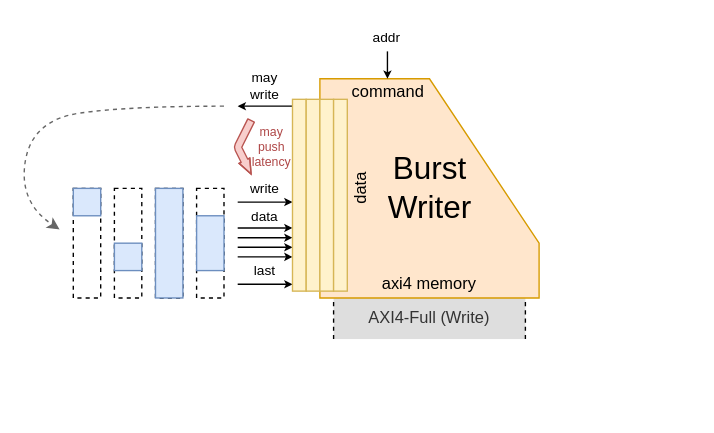
pc2/sus-xrt keeps this draw.io diagram as img/burst_writer.drawio. Above is the earlier version. Source tidied: cells renumbered, new cells numbered last; positions are measured from the earlier drawing's top-left corner, leaving out a move shared by most shapes. Both pictures are drawn from the tidied source at 137%, with x=0, y=0 at pixel (18, 23).
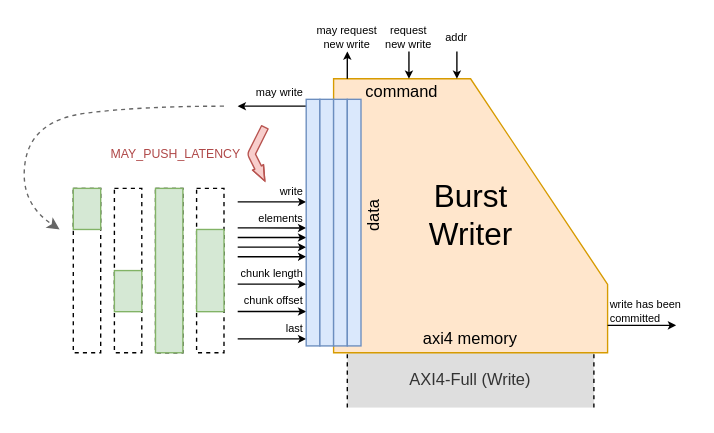
The same page after the edit.

Commit message (it also covers changes not shown here):
More cleanup for the figures and interface names

The edit, as a diff of the source:
```diff
@@
     <mxCell id="2" value="AXI4-Full (Write)" style="rounded=0;whiteSpace=wrap;html=1;strokeColor=none;fillColor=#DEDEDE;fontColor=#333333;flipH=1;legacyAnchorPoints=0;" parent="1" vertex="1">
-      <mxGeometry x="230" y="200" width="140" height="30" as="geometry" />
+      <mxGeometry x="240" y="240" width="180" height="40" as="geometry" />
     </mxCell>
@@
     <mxCell id="5" value="Burst&lt;br&gt;Writer" style="verticalLabelPosition=middle;verticalAlign=middle;html=1;shape=mxgraph.basic.polygon;polyCoords=[[0,0.75],[0.5,0],[1,0],[1,1],[0,1]];polyline=0;fillColor=#ffe6cc;strokeColor=#d79b00;align=center;labelPosition=center;fontSize=23;flipH=1;legacyAnchorPoints=0;" parent="1" vertex="1">
-      <mxGeometry x="220" y="40" width="160" height="160" as="geometry" />
+      <mxGeometry x="230" y="40" width="200" height="200" as="geometry" />
     </mxCell>
     <mxCell id="6" style="endArrow=classic;html=1;rounded=0;startSize=6;endSize=3;" parent="1" edge="1">
       <mxGeometry relative="1" as="geometry">
-        <mxPoint x="269.3" y="20" as="sourcePoint" />
-        <mxPoint x="269.3" y="40" as="targetPoint" />
+        <mxPoint x="285" y="20" as="sourcePoint" />
+        <mxPoint x="285" y="40" as="targetPoint" />
       </mxGeometry>
     </mxCell>
-    <mxCell id="7" value="addr" style="text;html=1;whiteSpace=wrap;strokeColor=none;fillColor=none;align=center;verticalAlign=middle;rounded=0;fontSize=10;flipH=1;legacyAnchorPoints=0;" parent="1" vertex="1">
-      <mxGeometry x="249" width="40" height="20" as="geometry" />
+    <mxCell id="7" value="request new write" style="text;html=1;whiteSpace=wrap;strokeColor=none;fillColor=none;align=center;verticalAlign=middle;rounded=0;fontSize=8;flipH=1;legacyAnchorPoints=0;" parent="1" vertex="1">
+      <mxGeometry x="265" width="40" height="20" as="geometry" />
     </mxCell>
     <mxCell id="8" value="axi4 memory" style="text;html=1;whiteSpace=wrap;strokeColor=none;fillColor=none;align=center;verticalAlign=middle;rounded=0;flipH=1;legacyAnchorPoints=0;" parent="1" vertex="1">
-      <mxGeometry x="230" y="180" width="140" height="20" as="geometry" />
+      <mxGeometry x="260" y="220" width="140" height="20" as="geometry" />
     </mxCell>
     <mxCell id="9" value="command" style="text;html=1;whiteSpace=wrap;strokeColor=none;fillColor=none;align=center;verticalAlign=middle;rounded=0;flipH=1;legacyAnchorPoints=0;" parent="1" vertex="1">
-      <mxGeometry x="240" y="40" width="60" height="20" as="geometry" />
+      <mxGeometry x="250" y="40" width="60" height="20" as="geometry" />
     </mxCell>
     <mxCell id="10" value="data" style="text;html=1;whiteSpace=wrap;strokeColor=none;fillColor=none;align=center;verticalAlign=middle;rounded=0;rotation=-90;flipH=1;legacyAnchorPoints=0;" parent="1" vertex="1">
-      <mxGeometry x="210" y="110" width="80" height="20" as="geometry" />
+      <mxGeometry x="220" y="130" width="80" height="20" as="geometry" />
     </mxCell>
     <mxCell id="11" style="endArrow=classic;html=1;rounded=0;startSize=6;endSize=3;exitX=1;exitY=1;exitDx=0;exitDy=0;" parent="1" edge="1">
       <mxGeometry relative="1" as="geometry">
-        <mxPoint x="200" y="60" as="sourcePoint" />
+        <mxPoint x="210" y="60" as="sourcePoint" />
         <mxPoint x="160" y="60" as="targetPoint" />
       </mxGeometry>
     </mxCell>
-    <mxCell id="12" value="may&lt;div&gt;write&lt;/div&gt;" style="text;html=1;whiteSpace=wrap;strokeColor=none;fillColor=none;align=center;verticalAlign=middle;rounded=0;fontSize=10;" parent="1" vertex="1">
-      <mxGeometry x="160" y="35" width="40" height="20" as="geometry" />
+    <mxCell id="12" value="may&amp;nbsp;&lt;span style=&quot;background-color: transparent; color: light-dark(rgb(0, 0, 0), rgb(255, 255, 255));&quot;&gt;write&lt;/span&gt;" style="text;html=1;whiteSpace=wrap;strokeColor=none;fillColor=none;align=right;verticalAlign=middle;rounded=0;fontSize=8;" parent="1" vertex="1">
+      <mxGeometry x="170" y="40" width="40" height="20" as="geometry" />
     </mxCell>
-    <mxCell id="13" style="endArrow=classic;html=1;rounded=0;startSize=6;endSize=3;entryX=1;entryY=1;entryDx=0;entryDy=0;" parent="1" edge="1" target="14">
-      <mxGeometry relative="1" as="geometry">
-        <mxPoint x="160" y="190" as="sourcePoint" />
-      </mxGeometry>
-    </mxCell>
-    <mxCell id="14" value="last" style="text;html=1;whiteSpace=wrap;strokeColor=none;fillColor=none;align=center;verticalAlign=middle;rounded=0;fontSize=10;" parent="1" vertex="1">
-      <mxGeometry x="160" y="170" width="40" height="20" as="geometry" />
-    </mxCell>
-    <mxCell id="15" style="endArrow=classic;html=1;rounded=0;startSize=6;endSize=3;entryX=1;entryY=1;entryDx=0;entryDy=0;" parent="1" edge="1">
-      <mxGeometry relative="1" as="geometry">
-        <mxPoint x="160" y="148.9" as="sourcePoint" />
-        <mxPoint x="200" y="148.9" as="targetPoint" />
-      </mxGeometry>
-    </mxCell>
-    <mxCell id="16" style="endArrow=classic;html=1;rounded=0;startSize=6;endSize=3;entryX=1;entryY=1;entryDx=0;entryDy=0;" parent="1" edge="1">
-      <mxGeometry relative="1" as="geometry">
-        <mxPoint x="160" y="156" as="sourcePoint" />
-        <mxPoint x="200" y="156" as="targetPoint" />
-      </mxGeometry>
-    </mxCell>
-    <mxCell id="17" style="endArrow=classic;html=1;rounded=0;startSize=6;endSize=3;entryX=1;entryY=1;entryDx=0;entryDy=0;" parent="1" edge="1">
-      <mxGeometry relative="1" as="geometry">
-        <mxPoint x="160" y="163" as="sourcePoint" />
-        <mxPoint x="200" y="163" as="targetPoint" />
-      </mxGeometry>
-    </mxCell>
-    <mxCell id="18" style="endArrow=classic;html=1;rounded=0;startSize=6;endSize=3;entryX=1;entryY=1;entryDx=0;entryDy=0;" parent="1" edge="1">
-      <mxGeometry relative="1" as="geometry">
-        <mxPoint x="160" y="170" as="sourcePoint" />
-        <mxPoint x="200" y="170" as="targetPoint" />
-      </mxGeometry>
-    </mxCell>
-    <mxCell id="19" value="data" style="text;html=1;whiteSpace=wrap;strokeColor=none;fillColor=none;align=center;verticalAlign=middle;rounded=0;fontSize=10;" parent="1" vertex="1">
-      <mxGeometry x="160" y="130" width="40" height="20" as="geometry" />
-    </mxCell>
-    <mxCell id="20" style="endArrow=classic;html=1;rounded=0;startSize=6;endSize=3;entryX=1;entryY=1;entryDx=0;entryDy=0;" parent="1" edge="1" target="21">
-      <mxGeometry relative="1" as="geometry">
-        <mxPoint x="160" y="130" as="sourcePoint" />
-      </mxGeometry>
-    </mxCell>
-    <mxCell id="21" value="write" style="text;html=1;whiteSpace=wrap;strokeColor=none;fillColor=none;align=center;verticalAlign=middle;rounded=0;fontSize=10;" parent="1" vertex="1">
-      <mxGeometry x="160" y="110" width="40" height="20" as="geometry" />
-    </mxCell>
     <mxCell id="22" style="shape=flexArrow;endArrow=classic;html=1;rounded=1;entryX=0.5;entryY=0;entryDx=0;entryDy=0;width=5.333333333333333;endSize=3.3083333333333336;endWidth=2.4444444444444446;fillColor=#f8cecc;strokeColor=#b85450;flowAnimation=0;shadow=0;" parent="1" edge="1">
       <mxGeometry relative="1" as="geometry">
-        <mxPoint x="170" y="70" as="sourcePoint" />
-        <mxPoint x="170" y="110" as="targetPoint" />
+        <mxPoint x="180" y="75" as="sourcePoint" />
+        <mxPoint x="180" y="115" as="targetPoint" />
         <Array as="points">
-          <mxPoint x="160" y="90" />
+          <mxPoint x="170" y="95" />
         </Array>
       </mxGeometry>
     </mxCell>
-    <mxCell id="23" value="may&lt;div&gt;push&lt;/div&gt;&lt;div&gt;latency&lt;/div&gt;" style="text;html=1;whiteSpace=wrap;strokeColor=none;fillColor=none;align=center;verticalAlign=middle;rounded=0;fontSize=9;fontColor=#AF4747;" parent="1" vertex="1">
-      <mxGeometry x="170" y="70" width="30" height="40" as="geometry" />
+    <mxCell id="23" value="MAY_PUSH_LATENCY" style="text;html=1;whiteSpace=wrap;strokeColor=none;fillColor=none;align=center;verticalAlign=middle;rounded=0;fontSize=9;fontColor=#AF4747;" parent="1" vertex="1">
+      <mxGeometry x="70" y="85" width="90" height="20" as="geometry" />
     </mxCell>
     <mxCell id="24" style="rounded=0;whiteSpace=wrap;html=1;dashed=1;" parent="1" vertex="1">
-      <mxGeometry x="40" y="120" width="20" height="80" as="geometry" />
+      <mxGeometry x="40" y="120" width="20" height="120" as="geometry" />
     </mxCell>
-    <mxCell id="25" style="rounded=0;whiteSpace=wrap;html=1;fillColor=#dae8fc;strokeColor=#6c8ebf;" parent="1" vertex="1">
-      <mxGeometry x="40" y="120" width="20" height="20" as="geometry" />
+    <mxCell id="25" style="rounded=0;whiteSpace=wrap;html=1;fillColor=#d5e8d4;strokeColor=#82b366;" parent="1" vertex="1">
+      <mxGeometry x="40" y="120" width="20" height="30" as="geometry" />
     </mxCell>
     <mxCell id="26" style="rounded=0;whiteSpace=wrap;html=1;dashed=1;" parent="1" vertex="1">
-      <mxGeometry x="70" y="120" width="20" height="80" as="geometry" />
+      <mxGeometry x="70" y="120" width="20" height="120" as="geometry" />
     </mxCell>
-    <mxCell id="27" style="rounded=0;whiteSpace=wrap;html=1;fillColor=#dae8fc;strokeColor=#6c8ebf;" parent="1" vertex="1">
-      <mxGeometry x="70" y="160" width="20" height="20" as="geometry" />
+    <mxCell id="27" style="rounded=0;whiteSpace=wrap;html=1;fillColor=#d5e8d4;strokeColor=#82b366;" parent="1" vertex="1">
+      <mxGeometry x="70" y="180" width="20" height="30" as="geometry" />
     </mxCell>
     <mxCell id="28" style="rounded=0;whiteSpace=wrap;html=1;dashed=1;" parent="1" vertex="1">
-      <mxGeometry x="100" y="120" width="20" height="80" as="geometry" />
+      <mxGeometry x="100" y="120" width="20" height="120" as="geometry" />
     </mxCell>
-    <mxCell id="29" style="rounded=0;whiteSpace=wrap;html=1;fillColor=#dae8fc;strokeColor=#6c8ebf;" parent="1" vertex="1">
-      <mxGeometry x="100" y="120" width="20" height="80" as="geometry" />
+    <mxCell id="29" style="rounded=0;whiteSpace=wrap;html=1;fillColor=#d5e8d4;strokeColor=#82b366;" parent="1" vertex="1">
+      <mxGeometry x="100" y="120" width="20" height="120" as="geometry" />
     </mxCell>
     <mxCell id="30" style="rounded=0;whiteSpace=wrap;html=1;dashed=1;" parent="1" vertex="1">
-      <mxGeometry x="130" y="120" width="20" height="80" as="geometry" />
+      <mxGeometry x="130" y="120" width="20" height="120" as="geometry" />
     </mxCell>
-    <mxCell id="31" style="rounded=0;whiteSpace=wrap;html=1;fillColor=#dae8fc;strokeColor=#6c8ebf;" parent="1" vertex="1">
-      <mxGeometry x="130" y="140" width="20" height="40" as="geometry" />
+    <mxCell id="31" style="rounded=0;whiteSpace=wrap;html=1;fillColor=#d5e8d4;strokeColor=#82b366;" parent="1" vertex="1">
+      <mxGeometry x="130" y="150" width="20" height="60" as="geometry" />
     </mxCell>
+    <mxCell id="36" style="endArrow=classic;html=1;rounded=0;curved=1;dashed=1;fillColor=#f5f5f5;strokeColor=#666666;" parent="1" edge="1">
+      <mxGeometry relative="1" as="geometry">
+        <mxPoint x="150" y="60" as="sourcePoint" />
+        <mxPoint x="30" y="150" as="targetPoint" />
+        <Array as="points">
+          <mxPoint x="90" y="60" />
+          <mxPoint x="10" y="70" />
+          <mxPoint y="130" />
+        </Array>
+      </mxGeometry>
+    </mxCell>
+    <mxCell id="14" value="last" style="text;html=1;whiteSpace=wrap;strokeColor=none;fillColor=none;align=right;verticalAlign=bottom;rounded=0;fontSize=8;" parent="1" vertex="1">
+      <mxGeometry x="160" y="209.9" width="50" height="20" as="geometry" />
+    </mxCell>
+    <mxCell id="37" value="elements" style="text;html=1;whiteSpace=wrap;strokeColor=none;fillColor=none;align=right;verticalAlign=bottom;rounded=0;fontSize=8;" parent="1" vertex="1">
+      <mxGeometry x="160" y="129.9" width="50" height="20" as="geometry" />
+    </mxCell>
+    <mxCell id="21" value="write" style="text;html=1;whiteSpace=wrap;strokeColor=none;fillColor=none;align=right;verticalAlign=bottom;rounded=0;fontSize=8;" parent="1" vertex="1">
+      <mxGeometry x="160" y="109.9" width="50" height="20" as="geometry" />
+    </mxCell>
+    <mxCell id="38" value="chunk offset" style="text;html=1;whiteSpace=wrap;strokeColor=none;fillColor=none;align=right;verticalAlign=bottom;rounded=0;fontSize=8;" parent="1" vertex="1">
+      <mxGeometry x="160" y="189.9" width="50" height="20" as="geometry" />
+    </mxCell>
+    <mxCell id="39" value="chunk length" style="text;html=1;whiteSpace=wrap;strokeColor=none;fillColor=none;align=right;verticalAlign=bottom;rounded=0;fontSize=8;" parent="1" vertex="1">
+      <mxGeometry x="160" y="169.9" width="50" height="20" as="geometry" />
+    </mxCell>
+    <mxCell id="40" style="endArrow=classic;html=1;rounded=0;startSize=6;endSize=3;entryX=1;entryY=1;entryDx=0;entryDy=0;" parent="1" edge="1" target="14">
+      <mxGeometry relative="1" as="geometry">
+        <mxPoint x="160" y="229.9" as="sourcePoint" />
+      </mxGeometry>
+    </mxCell>
+    <mxCell id="41" style="endArrow=classic;html=1;rounded=0;startSize=6;endSize=3;" parent="1" edge="1">
+      <mxGeometry relative="1" as="geometry">
+        <mxPoint x="160" y="148.8" as="sourcePoint" />
+        <mxPoint x="210" y="148.9" as="targetPoint" />
+      </mxGeometry>
+    </mxCell>
+    <mxCell id="42" style="endArrow=classic;html=1;rounded=0;startSize=6;endSize=3;" parent="1" edge="1">
+      <mxGeometry relative="1" as="geometry">
+        <mxPoint x="160" y="155.9" as="sourcePoint" />
+        <mxPoint x="210" y="155.9" as="targetPoint" />
+      </mxGeometry>
+    </mxCell>
+    <mxCell id="43" style="endArrow=classic;html=1;rounded=0;startSize=6;endSize=3;" parent="1" edge="1">
+      <mxGeometry relative="1" as="geometry">
+        <mxPoint x="160" y="162.9" as="sourcePoint" />
+        <mxPoint x="210" y="162.9" as="targetPoint" />
+      </mxGeometry>
+    </mxCell>
+    <mxCell id="44" style="endArrow=classic;html=1;rounded=0;startSize=6;endSize=3;entryX=1;entryY=0;entryDx=0;entryDy=0;" parent="1" edge="1" target="39">
+      <mxGeometry relative="1" as="geometry">
+        <mxPoint x="160" y="169.9" as="sourcePoint" />
+      </mxGeometry>
+    </mxCell>
+    <mxCell id="45" style="endArrow=classic;html=1;rounded=0;startSize=6;endSize=3;" parent="1" edge="1">
+      <mxGeometry relative="1" as="geometry">
+        <mxPoint x="160" y="129.9" as="sourcePoint" />
+        <mxPoint x="210" y="129.9" as="targetPoint" />
+      </mxGeometry>
+    </mxCell>
+    <mxCell id="46" style="endArrow=classic;html=1;rounded=0;startSize=6;endSize=3;entryX=1;entryY=1;entryDx=0;entryDy=0;" parent="1" edge="1" target="38">
+      <mxGeometry relative="1" as="geometry">
+        <mxPoint x="160" y="209.9" as="sourcePoint" />
+      </mxGeometry>
+    </mxCell>
+    <mxCell id="47" style="endArrow=classic;html=1;rounded=0;startSize=6;endSize=3;entryX=1;entryY=1;entryDx=0;entryDy=0;" parent="1" edge="1" target="39">
+      <mxGeometry relative="1" as="geometry">
+        <mxPoint x="160" y="189.9" as="sourcePoint" />
+      </mxGeometry>
+    </mxCell>
-    <mxCell id="32" style="rounded=0;whiteSpace=wrap;html=1;fillColor=#fff2cc;strokeColor=#d6b656;" parent="1" vertex="1">
-      <mxGeometry x="200" y="55" width="10" height="140" as="geometry" />
+    <mxCell id="32" style="rounded=0;whiteSpace=wrap;html=1;fillColor=#dae8fc;strokeColor=#6c8ebf;" parent="1" vertex="1">
+      <mxGeometry x="210" y="55" width="10" height="180" as="geometry" />
     </mxCell>
-    <mxCell id="33" style="rounded=0;whiteSpace=wrap;html=1;fillColor=#fff2cc;strokeColor=#d6b656;" parent="1" vertex="1">
-      <mxGeometry x="210" y="55" width="10" height="140" as="geometry" />
+    <mxCell id="33" style="rounded=0;whiteSpace=wrap;html=1;fillColor=#dae8fc;strokeColor=#6c8ebf;" parent="1" vertex="1">
+      <mxGeometry x="220" y="55" width="10" height="180" as="geometry" />
     </mxCell>
-    <mxCell id="34" style="rounded=0;whiteSpace=wrap;html=1;fillColor=#fff2cc;strokeColor=#d6b656;" parent="1" vertex="1">
-      <mxGeometry x="220" y="55" width="10" height="140" as="geometry" />
+    <mxCell id="34" style="rounded=0;whiteSpace=wrap;html=1;fillColor=#dae8fc;strokeColor=#6c8ebf;" parent="1" vertex="1">
+      <mxGeometry x="230" y="55" width="10" height="180" as="geometry" />
     </mxCell>
-    <mxCell id="35" style="rounded=0;whiteSpace=wrap;html=1;fillColor=#fff2cc;strokeColor=#d6b656;" parent="1" vertex="1">
-      <mxGeometry x="230" y="55" width="10" height="140" as="geometry" />
+    <mxCell id="35" style="rounded=0;whiteSpace=wrap;html=1;fillColor=#dae8fc;strokeColor=#6c8ebf;" parent="1" vertex="1">
+      <mxGeometry x="240" y="55" width="10" height="180" as="geometry" />
     </mxCell>
-    <mxCell id="36" style="endArrow=classic;html=1;rounded=0;curved=1;dashed=1;fillColor=#f5f5f5;strokeColor=#666666;" parent="1" edge="1">
-      <mxGeometry relative="1" as="geometry">
-        <mxPoint x="150" y="60" as="sourcePoint" />
-        <mxPoint x="30" y="150" as="targetPoint" />
-        <Array as="points">
-          <mxPoint x="80" y="60" />
-          <mxPoint x="10" y="70" />
-          <mxPoint y="130" />
-        </Array>
-      </mxGeometry>
-    </mxCell>
+    <mxCell id="48" value="write has been committed" style="text;html=1;whiteSpace=wrap;strokeColor=none;fillColor=none;align=left;verticalAlign=middle;rounded=0;fontSize=8;" parent="1" vertex="1">
+      <mxGeometry x="430" y="200" width="60" height="20" as="geometry" />
+    </mxCell>
+    <mxCell id="49" style="endArrow=classic;html=1;rounded=0;startSize=6;endSize=3;" parent="1" edge="1">
+      <mxGeometry relative="1" as="geometry">
+        <mxPoint x="430" y="220" as="sourcePoint" />
+        <mxPoint x="480" y="220" as="targetPoint" />
+      </mxGeometry>
+    </mxCell>
+    <mxCell id="50" style="endArrow=classic;html=1;rounded=0;startSize=6;endSize=3;" parent="1" edge="1">
+      <mxGeometry relative="1" as="geometry">
+        <mxPoint x="320" y="20" as="sourcePoint" />
+        <mxPoint x="320" y="40" as="targetPoint" />
+      </mxGeometry>
+    </mxCell>
+    <mxCell id="51" value="addr" style="text;html=1;whiteSpace=wrap;strokeColor=none;fillColor=none;align=center;verticalAlign=middle;rounded=0;fontSize=8;flipH=1;legacyAnchorPoints=0;" parent="1" vertex="1">
+      <mxGeometry x="310" width="20" height="20" as="geometry" />
+    </mxCell>
+    <mxCell id="52" style="endArrow=classic;html=1;rounded=0;startSize=6;endSize=3;" parent="1" edge="1">
+      <mxGeometry relative="1" as="geometry">
+        <mxPoint x="240" y="40" as="sourcePoint" />
+        <mxPoint x="240" y="20" as="targetPoint" />
+      </mxGeometry>
+    </mxCell>
+    <mxCell id="53" value="may request new write" style="text;html=1;whiteSpace=wrap;strokeColor=none;fillColor=none;align=center;verticalAlign=middle;rounded=0;fontSize=8;flipH=1;legacyAnchorPoints=0;" parent="1" vertex="1">
+      <mxGeometry x="210" width="60" height="20" as="geometry" />
+    </mxCell>
```
